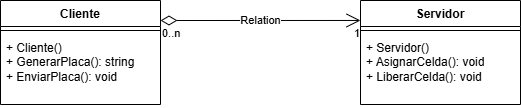
The draw.io diagram umlParqueadero.png in Srzlays/Parking-lot----Dynamic-Libraries, before a commit. Source tidied: cells renumbered, new cells last; positions are measured from the earlier drawing's top-left corner, leaving out a move shared by most shapes.
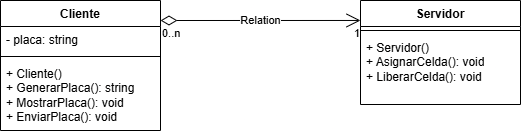
The same file after the commit.

Commit message:
generar varias placas

The edit, as a diff of the source:
```diff
@@ -2,15 +2,6 @@
   <root>
     <mxCell id="0" />
     <mxCell id="1" parent="0" />
-    <mxCell id="2" value="Cliente" style="swimlane;fontStyle=1;align=center;verticalAlign=top;horizontal=1;startSize=26;whiteSpace=wrap;html=1;" parent="1" vertex="1">
-      <mxGeometry width="160" height="104" as="geometry" />
-    </mxCell>
-    <mxCell id="3" style="line;strokeWidth=1;fillColor=none;align=left;verticalAlign=middle;spacingTop=-1;spacingLeft=3;spacingRight=3;labelPosition=right;strokeColor=inherit;" parent="2" vertex="1">
-      <mxGeometry y="26" width="160" height="8" as="geometry" />
-    </mxCell>
-    <mxCell id="4" value="&lt;div&gt;+ Cliente()&lt;/div&gt;+ GenerarPlaca(): string&lt;div&gt;+ EnviarPlaca(): void&lt;/div&gt;" style="text;strokeColor=none;fillColor=none;align=left;verticalAlign=top;spacingLeft=4;spacingRight=4;overflow=hidden;whiteSpace=wrap;html=1;" parent="2" vertex="1">
-      <mxGeometry y="34" width="160" height="70" as="geometry" />
-    </mxCell>
     <mxCell id="5" value="Servidor" style="swimlane;fontStyle=1;align=center;verticalAlign=top;horizontal=1;startSize=26;whiteSpace=wrap;html=1;" parent="1" vertex="1">
       <mxGeometry x="360" width="160" height="104" as="geometry" />
     </mxCell>
@@ -31,5 +22,17 @@
     <mxCell id="10" value="1" style="edgeLabel;html=1;align=right;verticalAlign=top;" parent="8" vertex="1">
       <mxGeometry x="1" relative="1" as="geometry" />
     </mxCell>
+    <mxCell id="2" value="Cliente" style="swimlane;fontStyle=1;align=center;verticalAlign=top;horizontal=1;startSize=26;whiteSpace=wrap;html=1;" parent="1" vertex="1">
+      <mxGeometry width="160" height="130" as="geometry" />
+    </mxCell>
+    <mxCell id="11" value="- placa: string" style="text;strokeColor=none;fillColor=none;align=left;verticalAlign=top;spacingLeft=4;spacingRight=4;overflow=hidden;whiteSpace=wrap;html=1;" parent="2" vertex="1">
+      <mxGeometry y="26" width="160" height="26" as="geometry" />
+    </mxCell>
+    <mxCell id="12" style="line;strokeWidth=1;fillColor=none;align=left;verticalAlign=middle;spacingTop=-1;spacingLeft=3;spacingRight=3;labelPosition=right;strokeColor=inherit;" parent="2" vertex="1">
+      <mxGeometry y="52" width="160" height="8" as="geometry" />
+    </mxCell>
+    <mxCell id="13" value="+ Cliente()&lt;div&gt;+ GenerarPlaca(): string&lt;/div&gt;&lt;div&gt;+ MostrarPlaca(): void&lt;/div&gt;&lt;div&gt;+ EnviarPlaca(): void&lt;/div&gt;&lt;div&gt;&lt;br&gt;&lt;/div&gt;&lt;div&gt;&lt;br&gt;&lt;/div&gt;" style="text;strokeColor=none;fillColor=none;align=left;verticalAlign=top;spacingLeft=4;spacingRight=4;overflow=hidden;whiteSpace=wrap;html=1;" parent="2" vertex="1">
+      <mxGeometry y="60" width="160" height="70" as="geometry" />
+    </mxCell>
   </root>
 </mxGraphModel>
```
